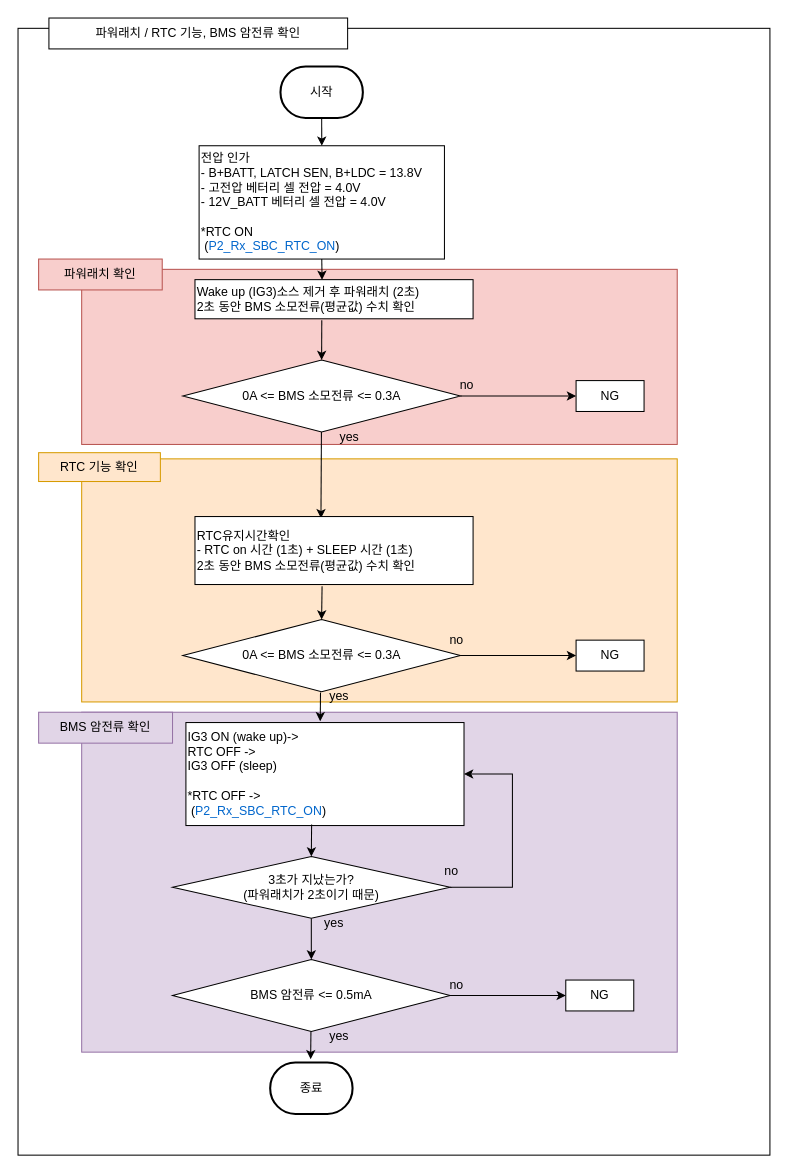
Earlier version of the draw.io diagram 파워래치/rtc 기능 확인 bms 암전류 확인.drawio (chaeyoonl/state-transition-diagram-test). Source tidied: cells renumbered, new cells numbered last; positions are measured from the earlier drawing's top-left corner, leaving out a move shared by most shapes. Both pictures are drawn from the tidied source at 103%, with x=0, y=0 at pixel (18, 18).
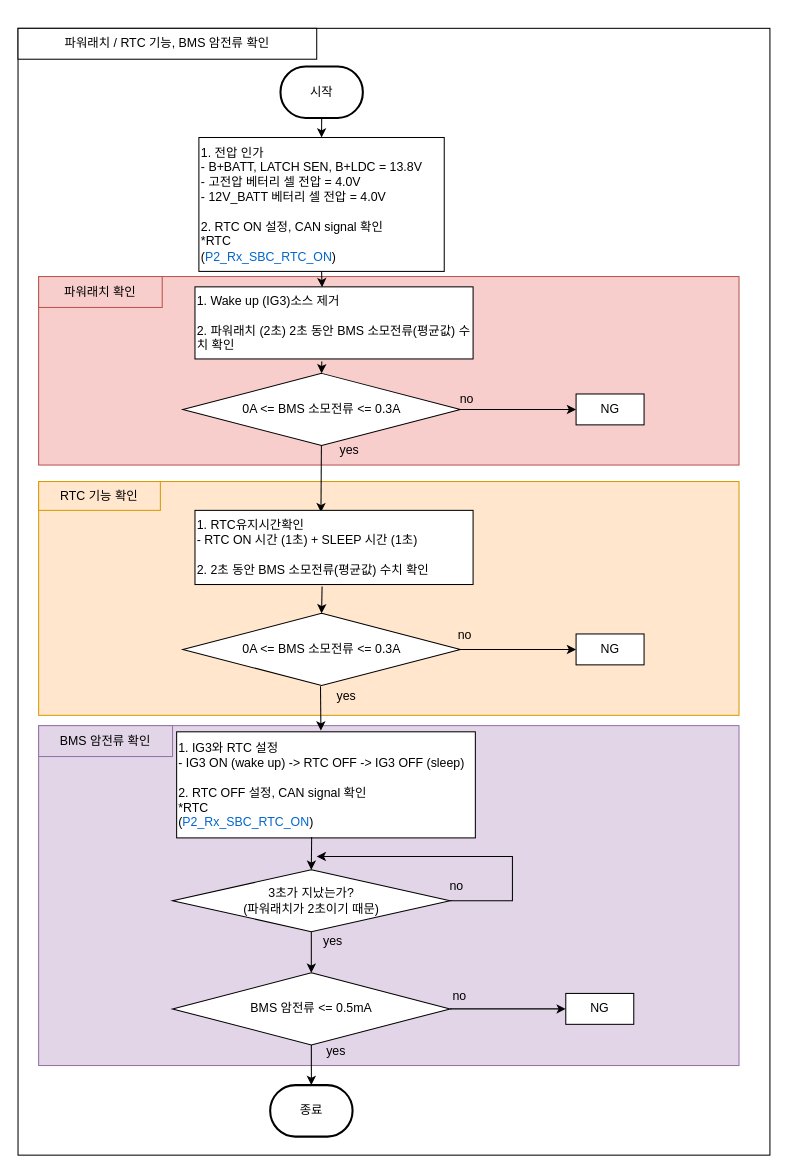
After the change.

Commit message:
rtc 기능 확인 bms 암전류 확인.drawio 업데이트

Change to the diagram source:
```diff
@@
     <mxCell id="4" value="파워래치 / RTC 기능, BMS 암전류 확인" style="rounded=0;whiteSpace=wrap;html=1;" parent="1" vertex="1">
-      <mxGeometry x="30" width="290" height="30" as="geometry" />
+      <mxGeometry y="10" width="290" height="30" as="geometry" />
     </mxCell>
     <mxCell id="5" style="rounded=0;whiteSpace=wrap;html=1;fillColor=#f8cecc;strokeColor=#b85450;" parent="1" vertex="1">
-      <mxGeometry x="61.8" y="244" width="578.2" height="170" as="geometry" />
+      <mxGeometry x="20" y="251" width="680" height="183" as="geometry" />
     </mxCell>
@@
-    <mxCell id="7" value="전압 인가&lt;br&gt;- B+BATT, LATCH SEN, B+LDC = 13.8V&lt;br&gt;- 고전압 베터리 셀 전압 = 4.0V&lt;br&gt;- 12V_BATT 베터리 셀 전압&amp;nbsp;= 4.0V&lt;br&gt;&lt;br&gt;*RTC ON&lt;br&gt;&amp;nbsp;(&lt;font color=&quot;#0066cc&quot;&gt;P2_Rx_SBC_RTC_ON&lt;/font&gt;)" style="rounded=0;whiteSpace=wrap;html=1;align=left;" parent="1" vertex="1">
-      <mxGeometry x="175.8" y="124" width="238.2" height="110" as="geometry" />
+    <mxCell id="7" value="1. 전압 인가&lt;br&gt;- B+BATT, LATCH SEN, B+LDC = 13.8V&lt;br&gt;- 고전압 베터리 셀 전압 = 4.0V&lt;br&gt;- 12V_BATT 베터리 셀 전압&amp;nbsp;= 4.0V&lt;br&gt;&lt;br&gt;2. RTC ON 설정, CAN signal 확인&lt;br&gt;*RTC&lt;br&gt;(&lt;font color=&quot;#0066cc&quot;&gt;P2_Rx_SBC_RTC_ON&lt;/font&gt;)" style="rounded=0;whiteSpace=wrap;html=1;align=left;" parent="1" vertex="1">
+      <mxGeometry x="175.6" y="116" width="238.2" height="130" as="geometry" />
     </mxCell>
@@
-    <mxCell id="10" value="Wake up (IG3)소스 제거 후&amp;nbsp;파워래치 (2초)&lt;br&gt;2초 동안 BMS 소모전류(평균값) 수치 확인" style="rounded=0;whiteSpace=wrap;html=1;align=left;" parent="1" vertex="1">
-      <mxGeometry x="171.8" y="254" width="270" height="38" as="geometry" />
+    <mxCell id="10" value="1. Wake up (IG3)소스 제거&lt;br&gt;&lt;br&gt;2. 파워래치 (2초)&amp;nbsp;2초 동안 BMS 소모전류(평균값) 수치 확인" style="rounded=0;whiteSpace=wrap;html=1;align=left;" parent="1" vertex="1">
+      <mxGeometry x="171.8" y="261" width="270" height="70" as="geometry" />
     </mxCell>
@@
     <mxCell id="12" value="&lt;span style=&quot;color: rgb(0, 0, 0); font-family: Helvetica; font-size: 12px; font-style: normal; font-variant-ligatures: normal; font-variant-caps: normal; font-weight: 400; letter-spacing: normal; orphans: 2; text-align: center; text-indent: 0px; text-transform: none; widows: 2; word-spacing: 0px; -webkit-text-stroke-width: 0px; text-decoration-thickness: initial; text-decoration-style: initial; text-decoration-color: initial; float: none; display: inline !important;&quot;&gt;파워래치 확인&lt;br&gt;&lt;/span&gt;" style="rounded=0;whiteSpace=wrap;html=1;fillColor=#f8cecc;strokeColor=#b85450;fillStyle=solid;labelBackgroundColor=none;" parent="1" vertex="1">
-      <mxGeometry x="20" y="234" width="120" height="30" as="geometry" />
+      <mxGeometry x="20" y="251" width="120" height="30" as="geometry" />
     </mxCell>
     <mxCell id="13" style="rounded=0;whiteSpace=wrap;html=1;fillColor=#ffe6cc;strokeColor=#d79b00;" parent="1" vertex="1">
-      <mxGeometry x="61.8" y="428" width="578.2" height="236" as="geometry" />
+      <mxGeometry x="20" y="450" width="680" height="227" as="geometry" />
     </mxCell>
@@
     <mxCell id="15" value="0A &amp;lt;= BMS 소모전류 &amp;lt;= 0.3A" style="rhombus;whiteSpace=wrap;html=1;" parent="1" vertex="1">
-      <mxGeometry x="160" y="584" width="269.5" height="70" as="geometry" />
+      <mxGeometry x="160" y="578" width="269.5" height="70" as="geometry" />
     </mxCell>
     <mxCell id="16" value="NG" style="rounded=0;whiteSpace=wrap;html=1;align=center;" parent="1" vertex="1">
-      <mxGeometry x="541.8" y="604" width="66" height="30" as="geometry" />
+      <mxGeometry x="541.8" y="598" width="66" height="30" as="geometry" />
     </mxCell>
     <mxCell id="17" style="endArrow=classic;html=1;rounded=0;exitX=1;exitY=0.5;exitDx=0;exitDy=0;entryX=0;entryY=0.5;entryDx=0;entryDy=0;" parent="1" edge="1" target="16">
       <mxGeometry relative="1" as="geometry">
-        <mxPoint x="429.8" y="619" as="sourcePoint" />
+        <mxPoint x="429.8" y="613" as="sourcePoint" />
       </mxGeometry>
     </mxCell>
     <mxCell id="18" value="no" style="text;html=1;strokeColor=none;fillColor=none;align=center;verticalAlign=middle;whiteSpace=wrap;rounded=0;" parent="1" vertex="1">
-      <mxGeometry x="395.8" y="589" width="60" height="30" as="geometry" />
+      <mxGeometry x="403.8" y="584" width="60" height="30" as="geometry" />
     </mxCell>
     <mxCell id="19" value="0A &amp;lt;= BMS 소모전류 &amp;lt;= 0.3A" style="rhombus;whiteSpace=wrap;html=1;" parent="1" vertex="1">
-      <mxGeometry x="160" y="332" width="269.5" height="70" as="geometry" />
+      <mxGeometry x="160" y="345" width="269.5" height="70" as="geometry" />
     </mxCell>
@@
     <mxCell id="21" value="yes" style="text;html=1;strokeColor=none;fillColor=none;align=center;verticalAlign=middle;whiteSpace=wrap;rounded=0;" parent="1" vertex="1">
-      <mxGeometry x="291.8" y="392" width="60" height="30" as="geometry" />
+      <mxGeometry x="291.8" y="405" width="60" height="30" as="geometry" />
     </mxCell>
     <mxCell id="22" value="NG" style="rounded=0;whiteSpace=wrap;html=1;align=center;" parent="1" vertex="1">
-      <mxGeometry x="541.8" y="352" width="66" height="30" as="geometry" />
+      <mxGeometry x="541.8" y="365" width="66" height="30" as="geometry" />
     </mxCell>
@@
     <mxCell id="24" value="no" style="text;html=1;strokeColor=none;fillColor=none;align=center;verticalAlign=middle;whiteSpace=wrap;rounded=0;" parent="1" vertex="1">
-      <mxGeometry x="405.8" y="342" width="60" height="30" as="geometry" />
+      <mxGeometry x="405.8" y="355" width="60" height="30" as="geometry" />
     </mxCell>
-    <mxCell id="25" value="RTC유지시간확인&lt;br&gt;- RTC on 시간 (1초) + SLEEP 시간 (1초)&lt;br&gt;2초 동안 BMS 소모전류(평균값) 수치 확인" style="rounded=0;whiteSpace=wrap;html=1;align=left;" parent="1" vertex="1">
-      <mxGeometry x="171.8" y="484" width="270" height="66" as="geometry" />
+    <mxCell id="25" value="1. RTC유지시간확인&lt;br&gt;- RTC ON 시간 (1초) + SLEEP 시간 (1초)&lt;br&gt;&lt;br&gt;2. 2초 동안 BMS 소모전류(평균값) 수치 확인" style="rounded=0;whiteSpace=wrap;html=1;align=left;" parent="1" vertex="1">
+      <mxGeometry x="171.8" y="478" width="270" height="72" as="geometry" />
     </mxCell>
     <mxCell id="26" value="&lt;span style=&quot;color: rgb(0, 0, 0); font-family: Helvetica; font-size: 12px; font-style: normal; font-variant-ligatures: normal; font-variant-caps: normal; font-weight: 400; letter-spacing: normal; orphans: 2; text-align: center; text-indent: 0px; text-transform: none; widows: 2; word-spacing: 0px; -webkit-text-stroke-width: 0px; text-decoration-thickness: initial; text-decoration-style: initial; text-decoration-color: initial; float: none; display: inline !important;&quot;&gt;RTC 기능 확인&lt;br&gt;&lt;/span&gt;" style="rounded=0;whiteSpace=wrap;html=1;fillColor=#ffe6cc;strokeColor=#d79b00;labelBackgroundColor=none;" parent="1" vertex="1">
-      <mxGeometry x="20" y="422" width="118.2" height="28" as="geometry" />
+      <mxGeometry x="20" y="450" width="118.2" height="28" as="geometry" />
     </mxCell>
     <mxCell id="27" style="rounded=0;whiteSpace=wrap;html=1;fillColor=#e1d5e7;strokeColor=#9673a6;" parent="1" vertex="1">
-      <mxGeometry x="61.8" y="674" width="578.2" height="330" as="geometry" />
+      <mxGeometry x="20" y="687" width="680" height="330" as="geometry" />
     </mxCell>
@@
     <mxCell id="29" value="종료" style="strokeWidth=2;html=1;shape=mxgraph.flowchart.terminator;whiteSpace=wrap;" parent="1" vertex="1">
-      <mxGeometry x="244.8" y="1014" width="80" height="50" as="geometry" />
+      <mxGeometry x="244.8" y="1036" width="80" height="50" as="geometry" />
     </mxCell>
@@
-    <mxCell id="31" value="IG3 ON (wake up)-&amp;gt;&lt;br&gt;RTC OFF -&amp;gt;&lt;br&gt;IG3 OFF (sleep)&lt;br&gt;&lt;br&gt;*RTC OFF -&amp;gt;&lt;br style=&quot;border-color: var(--border-color);&quot;&gt;&amp;nbsp;(&lt;font style=&quot;border-color: var(--border-color);&quot; color=&quot;#0066cc&quot;&gt;P2_Rx_SBC_RTC_ON&lt;/font&gt;)" style="rounded=0;whiteSpace=wrap;html=1;align=left;" parent="1" vertex="1">
-      <mxGeometry x="163" y="684" width="270" height="100" as="geometry" />
+    <mxCell id="31" value="1. IG3와 RTC 설정&lt;br&gt;- IG3 ON (wake up) -&amp;gt; RTC OFF -&amp;gt;&amp;nbsp;IG3 OFF (sleep)&lt;br&gt;&lt;br&gt;2. RTC OFF 설정, CAN signal 확인&lt;br&gt;*RTC&lt;br style=&quot;border-color: var(--border-color);&quot;&gt;(&lt;font style=&quot;border-color: var(--border-color);&quot; color=&quot;#0066cc&quot;&gt;P2_Rx_SBC_RTC_ON&lt;/font&gt;)" style="rounded=0;whiteSpace=wrap;html=1;align=left;" parent="1" vertex="1">
+      <mxGeometry x="154" y="693" width="290" height="103" as="geometry" />
     </mxCell>
     <mxCell id="32" value="BMS 암전류 &amp;lt;= 0.5mA" style="rhombus;whiteSpace=wrap;html=1;" parent="1" vertex="1">
-      <mxGeometry x="150" y="914" width="269.5" height="70" as="geometry" />
+      <mxGeometry x="150" y="927" width="269.5" height="70" as="geometry" />
     </mxCell>
-    <mxCell id="33" style="endArrow=classic;html=1;rounded=0;entryX=0.453;entryY=0.025;entryDx=0;entryDy=0;entryPerimeter=0;" parent="1" edge="1" source="32">
-      <mxGeometry relative="1" as="geometry">
-        <mxPoint x="284.1" y="1010.9" as="targetPoint" />
-      </mxGeometry>
+    <mxCell id="33" style="endArrow=classic;html=1;rounded=0;entryX=0.5;entryY=0;entryDx=0;entryDy=0;entryPerimeter=0;" parent="1" edge="1" source="32" target="29">
+      <mxGeometry relative="1" as="geometry" />
     </mxCell>
     <mxCell id="34" value="yes" style="text;html=1;strokeColor=none;fillColor=none;align=center;verticalAlign=middle;whiteSpace=wrap;rounded=0;" parent="1" vertex="1">
-      <mxGeometry x="281.8" y="974" width="60" height="30" as="geometry" />
+      <mxGeometry x="279" y="988" width="60" height="30" as="geometry" />
     </mxCell>
     <mxCell id="35" value="NG" style="rounded=0;whiteSpace=wrap;html=1;align=center;" parent="1" vertex="1">
-      <mxGeometry x="531.8" y="934" width="66" height="30" as="geometry" />
+      <mxGeometry x="531.8" y="947" width="66" height="30" as="geometry" />
     </mxCell>
@@
     <mxCell id="37" value="no" style="text;html=1;strokeColor=none;fillColor=none;align=center;verticalAlign=middle;whiteSpace=wrap;rounded=0;" parent="1" vertex="1">
-      <mxGeometry x="395.8" y="924" width="60" height="30" as="geometry" />
+      <mxGeometry x="398.8" y="935" width="60" height="30" as="geometry" />
     </mxCell>
     <mxCell id="38" value="3초가 지났는가?&lt;br&gt;(파워래치가 2초이기 때문)" style="rhombus;whiteSpace=wrap;html=1;" parent="1" vertex="1">
-      <mxGeometry x="150" y="814" width="269.5" height="60" as="geometry" />
+      <mxGeometry x="150" y="827" width="269.5" height="60" as="geometry" />
     </mxCell>
@@
-    <mxCell id="40" style="endArrow=classic;html=1;rounded=0;exitX=1;exitY=0.5;exitDx=0;exitDy=0;entryX=1;entryY=0.5;entryDx=0;entryDy=0;" parent="1" edge="1" source="38" target="31">
+    <mxCell id="40" style="endArrow=classic;html=1;rounded=0;exitX=1;exitY=0.5;exitDx=0;exitDy=0;" parent="1" edge="1" source="38">
       <mxGeometry relative="1" as="geometry">
+        <mxPoint x="290" y="814" as="targetPoint" />
         <Array as="points">
-          <mxPoint x="480" y="844" />
-          <mxPoint x="480" y="734" />
+          <mxPoint x="480" y="857" />
+          <mxPoint x="480" y="814" />
         </Array>
       </mxGeometry>
     </mxCell>
     <mxCell id="41" value="yes" style="text;html=1;strokeColor=none;fillColor=none;align=center;verticalAlign=middle;whiteSpace=wrap;rounded=0;" parent="1" vertex="1">
-      <mxGeometry x="277" y="864" width="60" height="30" as="geometry" />
+      <mxGeometry x="276" y="881" width="60" height="30" as="geometry" />
     </mxCell>
     <mxCell id="42" value="no" style="text;html=1;strokeColor=none;fillColor=none;align=center;verticalAlign=middle;whiteSpace=wrap;rounded=0;" parent="1" vertex="1">
-      <mxGeometry x="391" y="814" width="60" height="30" as="geometry" />
+      <mxGeometry x="396" y="828" width="60" height="30" as="geometry" />
     </mxCell>
     <mxCell id="43" value="&lt;span style=&quot;color: rgb(0, 0, 0); font-family: Helvetica; font-size: 12px; font-style: normal; font-variant-ligatures: normal; font-variant-caps: normal; font-weight: 400; letter-spacing: normal; orphans: 2; text-align: center; text-indent: 0px; text-transform: none; widows: 2; word-spacing: 0px; -webkit-text-stroke-width: 0px; text-decoration-thickness: initial; text-decoration-style: initial; text-decoration-color: initial; float: none; display: inline !important;&quot;&gt;BMS 암전류 확인&lt;br&gt;&lt;/span&gt;" style="rounded=0;whiteSpace=wrap;html=1;fillColor=#e1d5e7;strokeColor=#9673a6;labelBackgroundColor=none;" parent="1" vertex="1">
-      <mxGeometry x="20" y="674" width="130" height="30" as="geometry" />
+      <mxGeometry x="20" y="687" width="130" height="30" as="geometry" />
     </mxCell>
     <mxCell id="44" value="yes" style="text;html=1;strokeColor=none;fillColor=none;align=center;verticalAlign=middle;whiteSpace=wrap;rounded=0;" parent="1" vertex="1">
-      <mxGeometry x="281.8" y="644" width="60" height="30" as="geometry" />
+      <mxGeometry x="289" y="644" width="60" height="30" as="geometry" />
     </mxCell>
```
